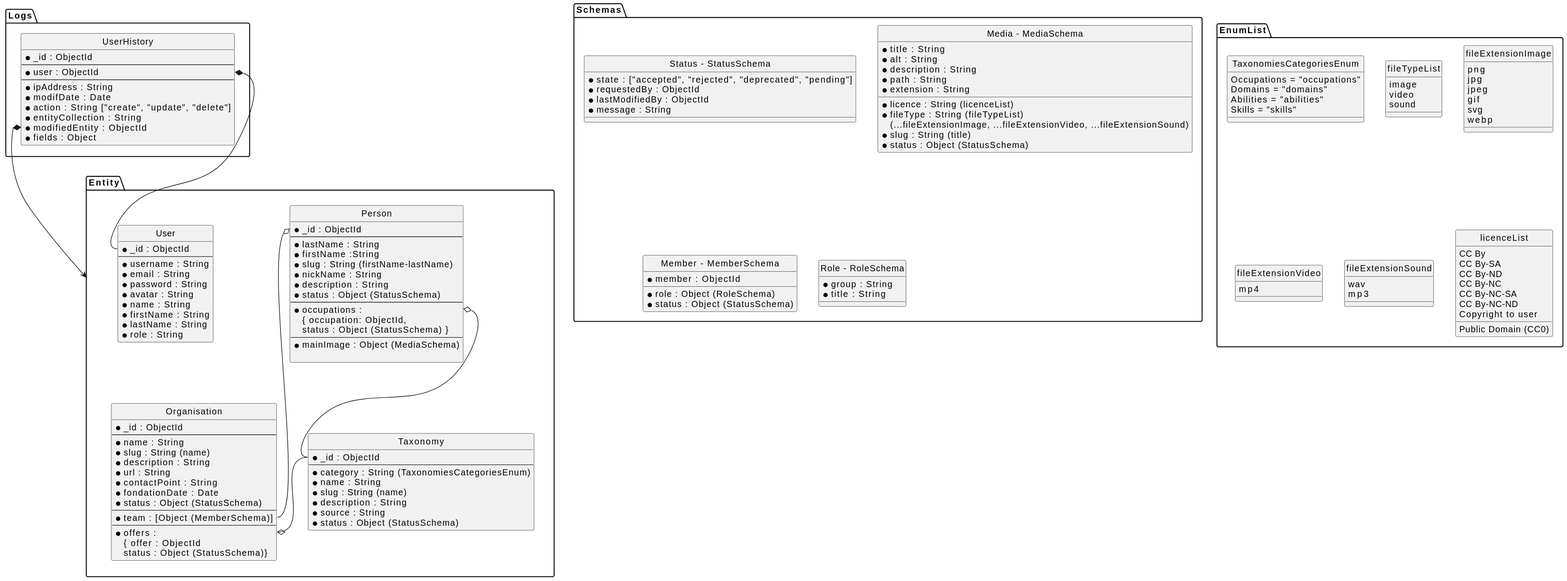
Before: doc/bd-structure.svg, a diagram exported from PlantUML (Avantage-Numerique/bdsol-api).
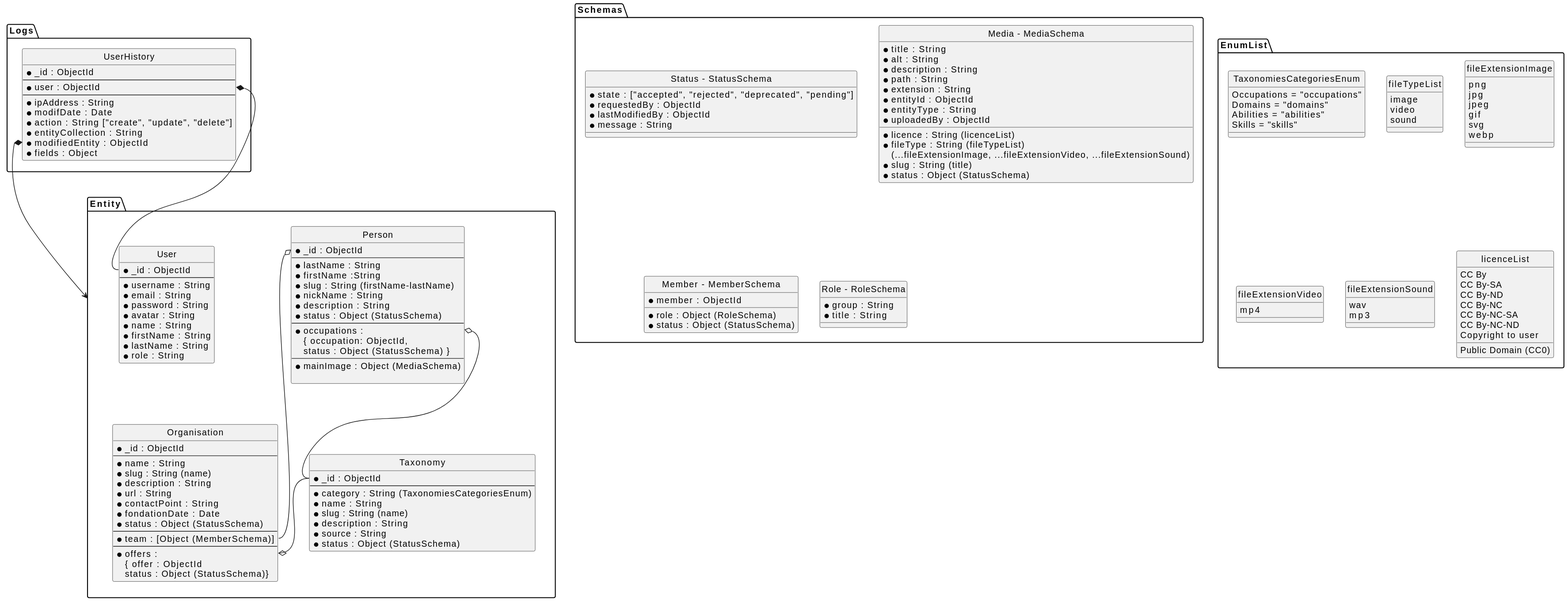
Above is the later version.

Commit message:
Render des fichiers PlantUML dans la documentation, via l'action `generate plantuml`

Diff of the diagram source:
```diff
@@ -50,7 +50,6 @@
         status : Object (StatusSchema)}
   }
 
-
   entity "User" as usr {
     *_id : ObjectId
     --
@@ -64,6 +63,7 @@
     *role : String
   }
 }
+
 package Logs {
   entity "UserHistory" as usrhst {
     *_id : ObjectId
@@ -97,6 +97,9 @@
     *extension : String
     (...fileExtensionImage, ...fileExtensionVideo, ...fileExtensionSound)
     *slug : String (title)
+    *entityId : ObjectId
+    *entityType : String
+    *uploadedBy : ObjectId
     *status : Object (StatusSchema)
   }
 
```
